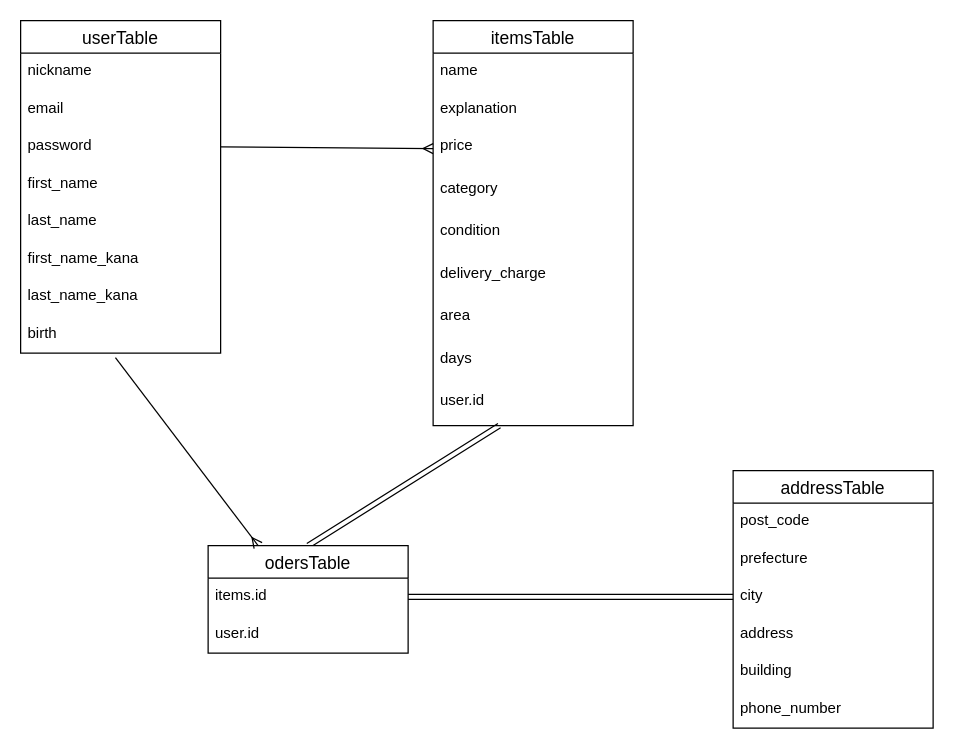
Before: furima.dio in masa0501/furima-38438, a draw.io diagram. Source tidied: cells renumbered, new cells numbered last; positions are measured from the earlier drawing's top-left corner, leaving out a move shared by most shapes. Both pictures are drawn from the tidied source at 125%, with x=0, y=0 at pixel (20, 20).
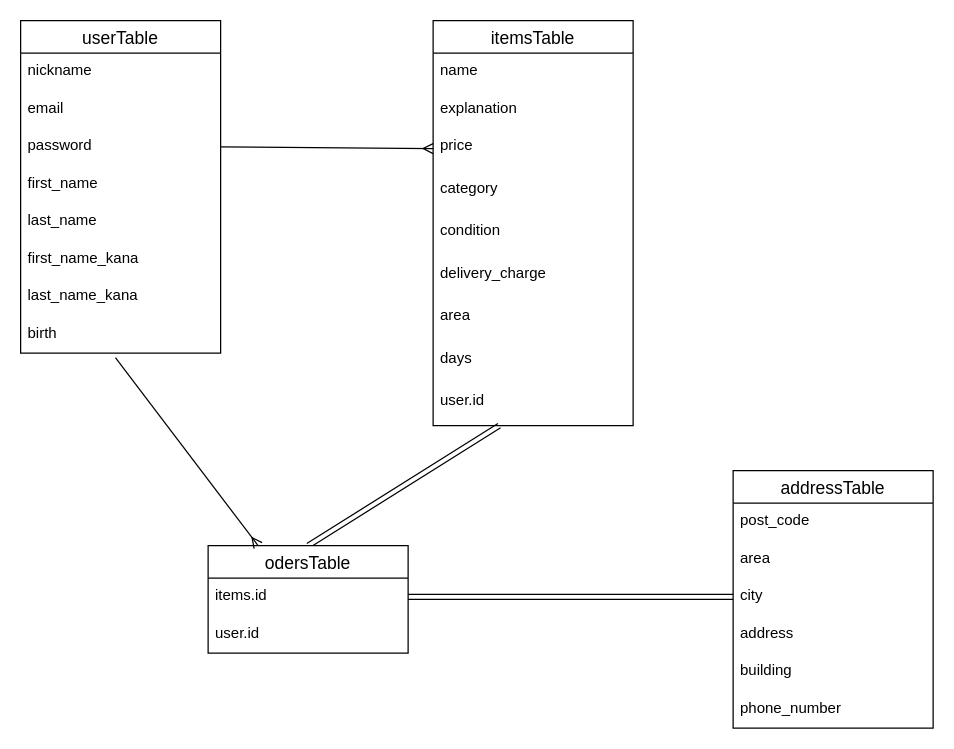
Above is the later version.

The change refers to these unchanged cells:
```xml
<mxCell id="26" value="addressTable" style="swimlane;fontStyle=0;horizontal=1;startSize=26;align=center;fontSize=14;" parent="1" vertex="1">
  <mxGeometry x="570" y="360" width="160" height="206" as="geometry" />
</mxCell>
```

Change to the diagram source:
```diff
@@
-    <mxCell id="28" value="prefecture" style="text;strokeColor=none;fillColor=none;spacingLeft=4;spacingRight=4;overflow=hidden;fontSize=12;" parent="26" vertex="1">
+    <mxCell id="28" value="area" style="text;strokeColor=none;fillColor=none;spacingLeft=4;spacingRight=4;overflow=hidden;fontSize=12;" parent="26" vertex="1">
       <mxGeometry y="56" width="160" height="30" as="geometry" />
     </mxCell>
```
